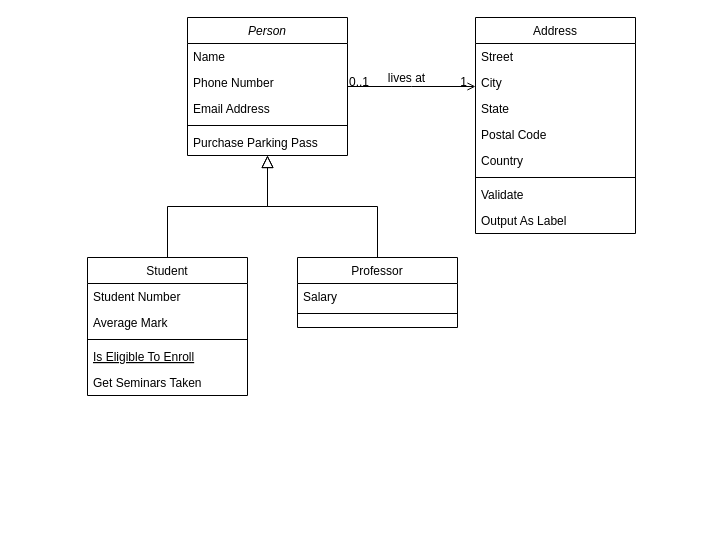
This is 未命名绘图.drawio from zyimm/zyimm, a draw.io file, before an edit. Source tidied: cells renumbered, new cells numbered last; positions are measured from the earlier drawing's top-left corner, leaving out a move shared by most shapes. Both pictures are drawn from the tidied source at 100%, with x=0, y=0 at pixel (87, 17).
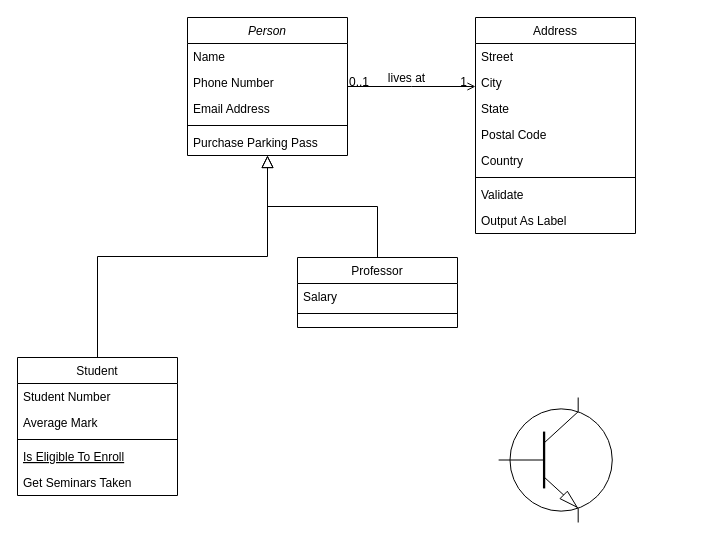
Above is the later version.

Commit message:
更新未命名绘图.drawio

The edit, as a diff of the source:
```diff
@@
     <mxCell id="8" value="Student" style="swimlane;fontStyle=0;align=center;verticalAlign=top;horizontal=1;startSize=26;rounded=0;shadow=0;strokeWidth=1;" parent="1" vertex="1">
-      <mxGeometry y="240" width="160" height="138" as="geometry" />
+      <mxGeometry x="-70" y="340" width="160" height="138" as="geometry" />
     </mxCell>
@@
+    <mxCell id="32" style="verticalLabelPosition=bottom;shadow=0;dashed=0;align=center;html=1;verticalAlign=top;shape=mxgraph.electrical.transistors.npn_transistor_1;" parent="1" vertex="1">
+      <mxGeometry x="334.2" y="380" width="267.5" height="125" as="geometry" />
+    </mxCell>
```
